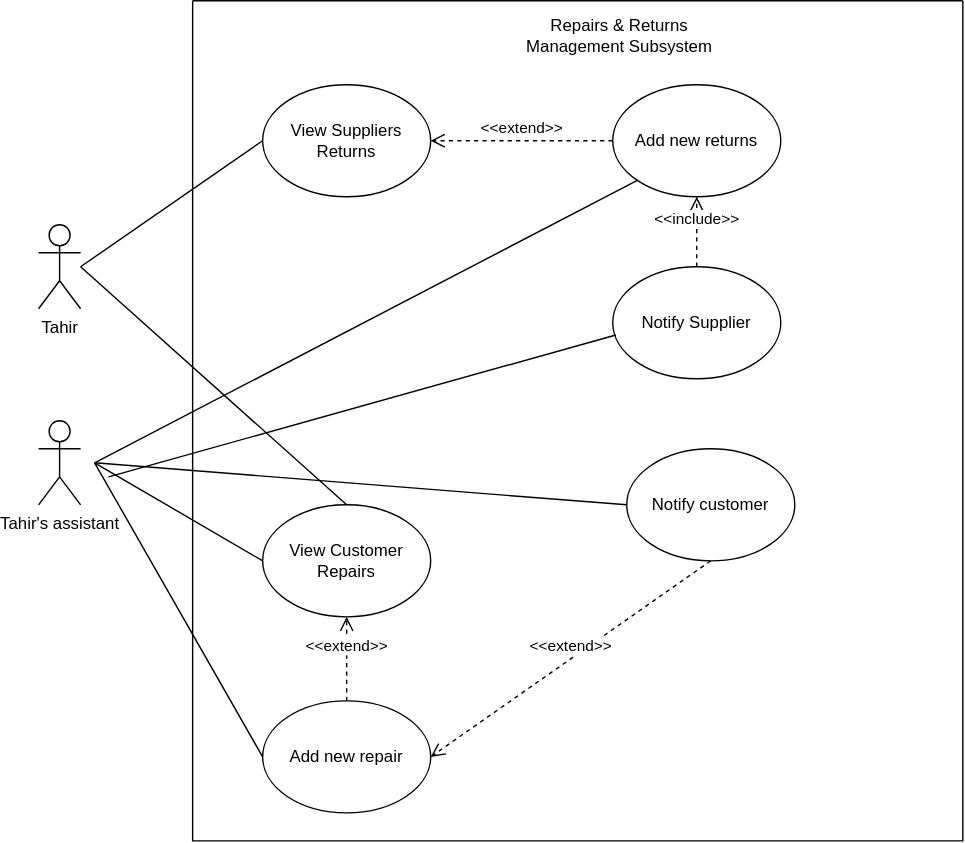
Before: Repairs and Damages.drawio.svg, a diagram exported from draw.io (Simamkele88/IFM3_GP). Source tidied: cells renumbered, new cells last; positions are measured from the earlier drawing's top-left corner, leaving out a move shared by most shapes. Its diagram source:
```xml
<mxGraphModel>
  <root>
    <mxCell id="0" />
    <mxCell id="1" parent="0" />
    <mxCell id="2" style="swimlane;startSize=0;" parent="1" vertex="1">
      <mxGeometry x="110" width="550" height="600" as="geometry" />
    </mxCell>
    <mxCell id="3" value="Repairs &amp;amp; Returns Management Subsystem" style="text;html=1;align=center;verticalAlign=middle;whiteSpace=wrap;rounded=0;" parent="2" vertex="1">
      <mxGeometry x="230" y="10" width="150" height="30" as="geometry" />
    </mxCell>
    <mxCell id="4" value="View Suppliers&lt;div&gt;Returns&lt;/div&gt;" style="ellipse;whiteSpace=wrap;html=1;" parent="2" vertex="1">
      <mxGeometry x="50" y="60" width="120" height="80" as="geometry" />
    </mxCell>
    <mxCell id="5" value="Notify Supplier" style="ellipse;whiteSpace=wrap;html=1;" parent="2" vertex="1">
      <mxGeometry x="300" y="190" width="120" height="80" as="geometry" />
    </mxCell>
    <mxCell id="6" value="Add new returns" style="ellipse;whiteSpace=wrap;html=1;" parent="2" vertex="1">
      <mxGeometry x="300" y="60" width="120" height="80" as="geometry" />
    </mxCell>
    <mxCell id="7" value="Add new repair" style="ellipse;whiteSpace=wrap;html=1;" parent="2" vertex="1">
      <mxGeometry x="50" y="500" width="120" height="80" as="geometry" />
    </mxCell>
    <mxCell id="8" value="View Customer&lt;div&gt;Repairs&lt;/div&gt;" style="ellipse;whiteSpace=wrap;html=1;" parent="2" vertex="1">
      <mxGeometry x="50" y="360" width="120" height="80" as="geometry" />
    </mxCell>
    <mxCell id="9" value="Notify customer" style="ellipse;whiteSpace=wrap;html=1;" parent="2" vertex="1">
      <mxGeometry x="310" y="320" width="120" height="80" as="geometry" />
    </mxCell>
    <mxCell id="10" value="&amp;lt;&amp;lt;extend&amp;gt;&amp;gt;" style="html=1;verticalAlign=bottom;endArrow=open;dashed=1;endSize=8;curved=0;rounded=0;exitX=0.5;exitY=1;exitDx=0;exitDy=0;entryX=1;entryY=0.5;entryDx=0;entryDy=0;" parent="2" edge="1" source="9" target="7">
      <mxGeometry relative="1" as="geometry" />
    </mxCell>
    <mxCell id="11" value="&amp;lt;&amp;lt;extend&amp;gt;&amp;gt;" style="html=1;verticalAlign=bottom;endArrow=open;dashed=1;endSize=8;curved=0;rounded=0;entryX=0.5;entryY=1;entryDx=0;entryDy=0;exitX=0.5;exitY=0;exitDx=0;exitDy=0;" parent="2" edge="1" source="7" target="8">
      <mxGeometry relative="1" as="geometry" />
    </mxCell>
    <mxCell id="12" value="&amp;lt;&amp;lt;extend&amp;gt;&amp;gt;" style="html=1;verticalAlign=bottom;endArrow=open;dashed=1;endSize=8;curved=0;rounded=0;exitX=0;exitY=0.5;exitDx=0;exitDy=0;entryX=1;entryY=0.5;entryDx=0;entryDy=0;" parent="2" edge="1" source="6" target="4">
      <mxGeometry relative="1" as="geometry" />
    </mxCell>
    <mxCell id="13" value="&amp;lt;&amp;lt;include&amp;gt;&amp;gt;" style="html=1;verticalAlign=bottom;endArrow=open;dashed=1;endSize=8;curved=0;rounded=0;exitX=0.5;exitY=0;exitDx=0;exitDy=0;entryX=0.5;entryY=1;entryDx=0;entryDy=0;" parent="2" edge="1" source="5" target="6">
      <mxGeometry relative="1" as="geometry" />
    </mxCell>
    <mxCell id="14" value="Tahir's assistant" style="shape=umlActor;verticalLabelPosition=bottom;verticalAlign=top;html=1;outlineConnect=0;" parent="1" vertex="1">
      <mxGeometry y="300" width="30" height="60" as="geometry" />
    </mxCell>
    <mxCell id="15" value="Tahir" style="shape=umlActor;verticalLabelPosition=bottom;verticalAlign=top;html=1;outlineConnect=0;" parent="1" vertex="1">
      <mxGeometry y="160" width="30" height="60" as="geometry" />
    </mxCell>
    <mxCell id="16" style="endArrow=none;html=1;rounded=0;entryX=0;entryY=0.5;entryDx=0;entryDy=0;" parent="1" edge="1" target="4">
      <mxGeometry relative="1" as="geometry">
        <mxPoint x="30" y="190" as="sourcePoint" />
      </mxGeometry>
    </mxCell>
    <mxCell id="17" style="endArrow=none;html=1;rounded=0;entryX=0;entryY=0.5;entryDx=0;entryDy=0;" parent="1" edge="1" target="8">
      <mxGeometry relative="1" as="geometry">
        <mxPoint x="40" y="330" as="sourcePoint" />
      </mxGeometry>
    </mxCell>
    <mxCell id="18" style="endArrow=none;html=1;rounded=0;entryX=0;entryY=0.5;entryDx=0;entryDy=0;" parent="1" edge="1" target="9">
      <mxGeometry relative="1" as="geometry">
        <mxPoint x="40" y="330" as="sourcePoint" />
      </mxGeometry>
    </mxCell>
    <mxCell id="19" style="endArrow=none;html=1;rounded=0;entryX=0;entryY=0.5;entryDx=0;entryDy=0;" parent="1" edge="1" target="7">
      <mxGeometry relative="1" as="geometry">
        <mxPoint x="40" y="330" as="sourcePoint" />
      </mxGeometry>
    </mxCell>
    <mxCell id="20" style="endArrow=none;html=1;rounded=0;entryX=0.5;entryY=0;entryDx=0;entryDy=0;" parent="1" edge="1" target="8">
      <mxGeometry relative="1" as="geometry">
        <mxPoint x="30" y="190" as="sourcePoint" />
      </mxGeometry>
    </mxCell>
    <mxCell id="21" style="endArrow=none;html=1;rounded=0;entryX=0;entryY=1;entryDx=0;entryDy=0;" parent="1" edge="1" target="6">
      <mxGeometry relative="1" as="geometry">
        <mxPoint x="40" y="330" as="sourcePoint" />
      </mxGeometry>
    </mxCell>
    <mxCell id="22" style="endArrow=none;html=1;rounded=0;entryX=0.019;entryY=0.609;entryDx=0;entryDy=0;entryPerimeter=0;" parent="1" edge="1" target="5">
      <mxGeometry relative="1" as="geometry">
        <mxPoint x="50" y="340" as="sourcePoint" />
      </mxGeometry>
    </mxCell>
  </root>
</mxGraphModel>
```
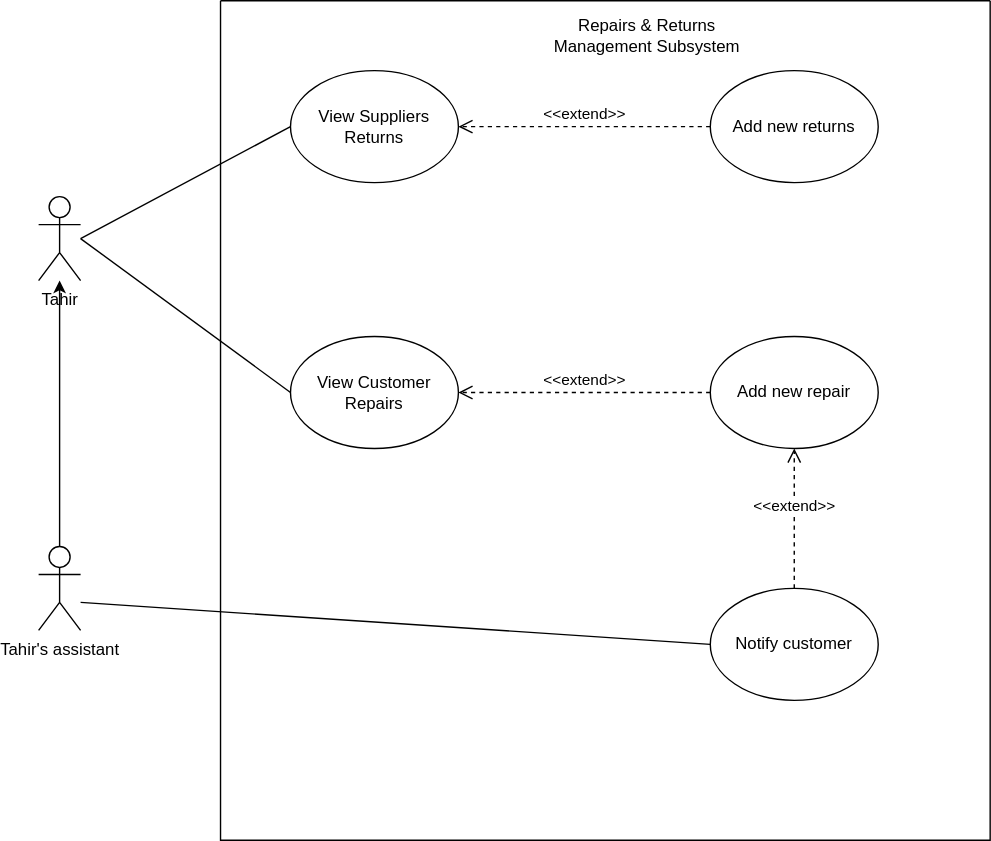
The same file after the commit.

Diff of the diagram source:
```diff
@@ -9,75 +9,52 @@
       <mxGeometry x="230" y="10" width="150" height="30" as="geometry" />
     </mxCell>
     <mxCell id="4" value="View Suppliers&lt;div&gt;Returns&lt;/div&gt;" style="ellipse;whiteSpace=wrap;html=1;" parent="2" vertex="1">
-      <mxGeometry x="50" y="60" width="120" height="80" as="geometry" />
+      <mxGeometry x="50" y="50" width="120" height="80" as="geometry" />
     </mxCell>
-    <mxCell id="5" value="Notify Supplier" style="ellipse;whiteSpace=wrap;html=1;" parent="2" vertex="1">
-      <mxGeometry x="300" y="190" width="120" height="80" as="geometry" />
-    </mxCell>
     <mxCell id="6" value="Add new returns" style="ellipse;whiteSpace=wrap;html=1;" parent="2" vertex="1">
-      <mxGeometry x="300" y="60" width="120" height="80" as="geometry" />
+      <mxGeometry x="350" y="50" width="120" height="80" as="geometry" />
     </mxCell>
     <mxCell id="7" value="Add new repair" style="ellipse;whiteSpace=wrap;html=1;" parent="2" vertex="1">
-      <mxGeometry x="50" y="500" width="120" height="80" as="geometry" />
+      <mxGeometry x="350" y="240" width="120" height="80" as="geometry" />
     </mxCell>
     <mxCell id="8" value="View Customer&lt;div&gt;Repairs&lt;/div&gt;" style="ellipse;whiteSpace=wrap;html=1;" parent="2" vertex="1">
-      <mxGeometry x="50" y="360" width="120" height="80" as="geometry" />
+      <mxGeometry x="50" y="240" width="120" height="80" as="geometry" />
     </mxCell>
     <mxCell id="9" value="Notify customer" style="ellipse;whiteSpace=wrap;html=1;" parent="2" vertex="1">
-      <mxGeometry x="310" y="320" width="120" height="80" as="geometry" />
+      <mxGeometry x="350" y="420" width="120" height="80" as="geometry" />
     </mxCell>
-    <mxCell id="10" value="&amp;lt;&amp;lt;extend&amp;gt;&amp;gt;" style="html=1;verticalAlign=bottom;endArrow=open;dashed=1;endSize=8;curved=0;rounded=0;exitX=0.5;exitY=1;exitDx=0;exitDy=0;entryX=1;entryY=0.5;entryDx=0;entryDy=0;" parent="2" edge="1" source="9" target="7">
+    <mxCell id="10" value="&amp;lt;&amp;lt;extend&amp;gt;&amp;gt;" style="html=1;verticalAlign=bottom;endArrow=open;dashed=1;endSize=8;curved=0;rounded=0;exitX=0.5;exitY=0;exitDx=0;exitDy=0;" parent="2" edge="1" source="9" target="7">
       <mxGeometry relative="1" as="geometry" />
     </mxCell>
-    <mxCell id="11" value="&amp;lt;&amp;lt;extend&amp;gt;&amp;gt;" style="html=1;verticalAlign=bottom;endArrow=open;dashed=1;endSize=8;curved=0;rounded=0;entryX=0.5;entryY=1;entryDx=0;entryDy=0;exitX=0.5;exitY=0;exitDx=0;exitDy=0;" parent="2" edge="1" source="7" target="8">
+    <mxCell id="11" value="&amp;lt;&amp;lt;extend&amp;gt;&amp;gt;" style="html=1;verticalAlign=bottom;endArrow=open;dashed=1;endSize=8;curved=0;rounded=0;entryX=1;entryY=0.5;entryDx=0;entryDy=0;exitX=0;exitY=0.5;exitDx=0;exitDy=0;" parent="2" edge="1" source="7" target="8">
       <mxGeometry relative="1" as="geometry" />
     </mxCell>
     <mxCell id="12" value="&amp;lt;&amp;lt;extend&amp;gt;&amp;gt;" style="html=1;verticalAlign=bottom;endArrow=open;dashed=1;endSize=8;curved=0;rounded=0;exitX=0;exitY=0.5;exitDx=0;exitDy=0;entryX=1;entryY=0.5;entryDx=0;entryDy=0;" parent="2" edge="1" source="6" target="4">
       <mxGeometry relative="1" as="geometry" />
     </mxCell>
-    <mxCell id="13" value="&amp;lt;&amp;lt;include&amp;gt;&amp;gt;" style="html=1;verticalAlign=bottom;endArrow=open;dashed=1;endSize=8;curved=0;rounded=0;exitX=0.5;exitY=0;exitDx=0;exitDy=0;entryX=0.5;entryY=1;entryDx=0;entryDy=0;" parent="2" edge="1" source="5" target="6">
-      <mxGeometry relative="1" as="geometry" />
-    </mxCell>
-    <mxCell id="14" value="Tahir's assistant" style="shape=umlActor;verticalLabelPosition=bottom;verticalAlign=top;html=1;outlineConnect=0;" parent="1" vertex="1">
-      <mxGeometry y="300" width="30" height="60" as="geometry" />
+    <mxCell id="14" value="Tahir" style="shape=umlActor;verticalLabelPosition=bottom;verticalAlign=top;html=1;outlineConnect=0;" parent="1" vertex="1">
+      <mxGeometry x="-20" y="140" width="30" height="60" as="geometry" />
     </mxCell>
+    <mxCell id="23" style="edgeStyle=orthogonalEdgeStyle;rounded=0;jettySize=auto;html=1;" parent="1" edge="1" source="15" target="14">
+      <mxGeometry relative="1" as="geometry" />
+    </mxCell>
-    <mxCell id="15" value="Tahir" style="shape=umlActor;verticalLabelPosition=bottom;verticalAlign=top;html=1;outlineConnect=0;" parent="1" vertex="1">
-      <mxGeometry y="160" width="30" height="60" as="geometry" />
+    <mxCell id="15" value="Tahir's assistant" style="shape=umlActor;verticalLabelPosition=bottom;verticalAlign=top;html=1;outlineConnect=0;" parent="1" vertex="1">
+      <mxGeometry x="-20" y="390" width="30" height="60" as="geometry" />
     </mxCell>
-    <mxCell id="16" style="endArrow=none;html=1;rounded=0;entryX=0;entryY=0.5;entryDx=0;entryDy=0;" parent="1" edge="1" target="4">
-      <mxGeometry relative="1" as="geometry">
-        <mxPoint x="30" y="190" as="sourcePoint" />
-      </mxGeometry>
-    </mxCell>
-    <mxCell id="17" style="endArrow=none;html=1;rounded=0;entryX=0;entryY=0.5;entryDx=0;entryDy=0;" parent="1" edge="1" target="8">
-      <mxGeometry relative="1" as="geometry">
-        <mxPoint x="40" y="330" as="sourcePoint" />
-      </mxGeometry>
-    </mxCell>
-    <mxCell id="18" style="endArrow=none;html=1;rounded=0;entryX=0;entryY=0.5;entryDx=0;entryDy=0;" parent="1" edge="1" target="9">
-      <mxGeometry relative="1" as="geometry">
-        <mxPoint x="40" y="330" as="sourcePoint" />
-      </mxGeometry>
-    </mxCell>
-    <mxCell id="19" style="endArrow=none;html=1;rounded=0;entryX=0;entryY=0.5;entryDx=0;entryDy=0;" parent="1" edge="1" target="7">
-      <mxGeometry relative="1" as="geometry">
-        <mxPoint x="40" y="330" as="sourcePoint" />
-      </mxGeometry>
-    </mxCell>
-    <mxCell id="20" style="endArrow=none;html=1;rounded=0;entryX=0.5;entryY=0;entryDx=0;entryDy=0;" parent="1" edge="1" target="8">
-      <mxGeometry relative="1" as="geometry">
-        <mxPoint x="30" y="190" as="sourcePoint" />
-      </mxGeometry>
-    </mxCell>
-    <mxCell id="21" style="endArrow=none;html=1;rounded=0;entryX=0;entryY=1;entryDx=0;entryDy=0;" parent="1" edge="1" target="6">
-      <mxGeometry relative="1" as="geometry">
-        <mxPoint x="40" y="330" as="sourcePoint" />
-      </mxGeometry>
-    </mxCell>
-    <mxCell id="22" style="endArrow=none;html=1;rounded=0;entryX=0.019;entryY=0.609;entryDx=0;entryDy=0;entryPerimeter=0;" parent="1" edge="1" target="5">
-      <mxGeometry relative="1" as="geometry">
-        <mxPoint x="50" y="340" as="sourcePoint" />
-      </mxGeometry>
-    </mxCell>
+    <mxCell id="24" style="endArrow=none;html=1;rounded=0;entryX=0;entryY=0.5;entryDx=0;entryDy=0;" parent="1" edge="1" target="8">
+      <mxGeometry relative="1" as="geometry">
+        <mxPoint x="10" y="170" as="sourcePoint" />
+      </mxGeometry>
+    </mxCell>
+    <mxCell id="25" style="endArrow=none;html=1;rounded=0;entryX=0;entryY=0.5;entryDx=0;entryDy=0;" parent="1" edge="1" target="9">
+      <mxGeometry relative="1" as="geometry">
+        <mxPoint x="10" y="430" as="sourcePoint" />
+      </mxGeometry>
+    </mxCell>
+    <mxCell id="26" style="endArrow=none;html=1;rounded=0;entryX=0;entryY=0.5;entryDx=0;entryDy=0;" parent="1" edge="1" target="4">
+      <mxGeometry relative="1" as="geometry">
+        <mxPoint x="10" y="170" as="sourcePoint" />
+      </mxGeometry>
+    </mxCell>
   </root>
 </mxGraphModel>
```
